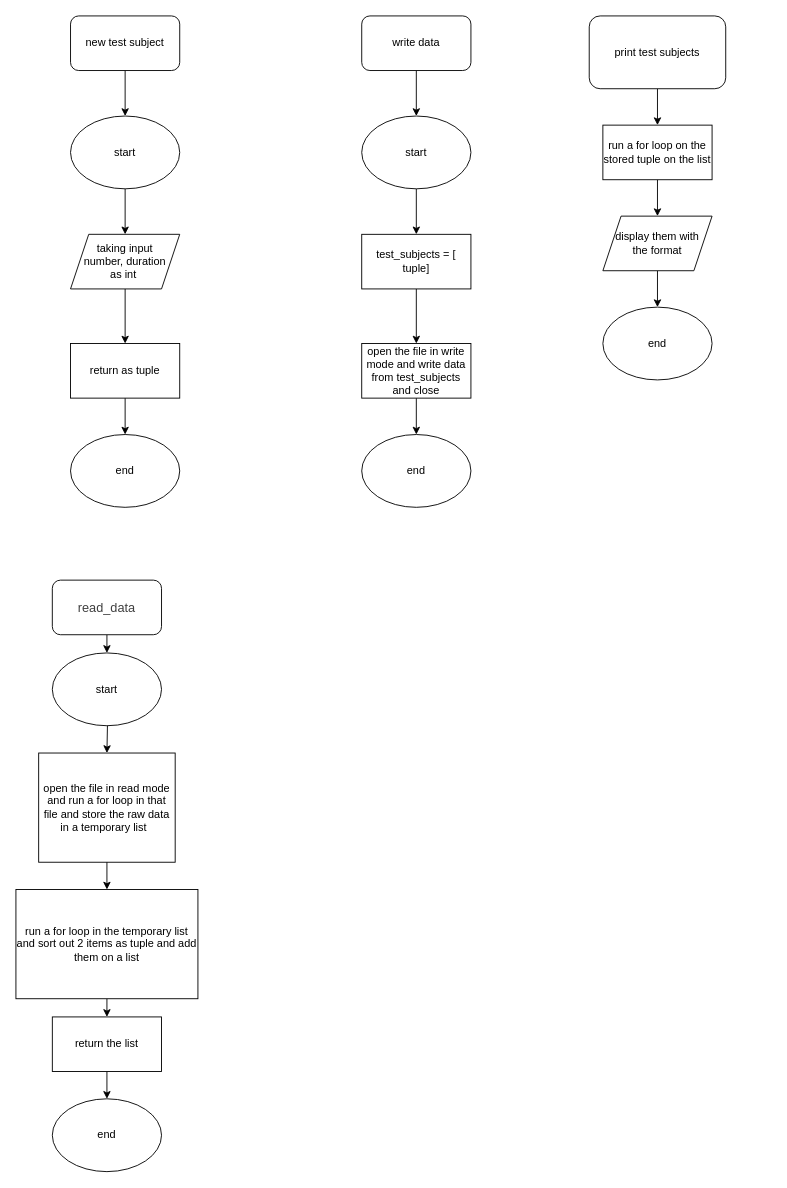
The draw.io diagram page "Page-2" (2 of 2) of part 2/main.dio in 0xSparky/ENTRY_TICKET, before the edit. Source tidied: cells renumbered, new cells numbered last; positions are measured from the earlier drawing's top-left corner, leaving out a move shared by most shapes. Both pictures are drawn from the tidied source at 91%, with x=0, y=0 at pixel (15, 15).
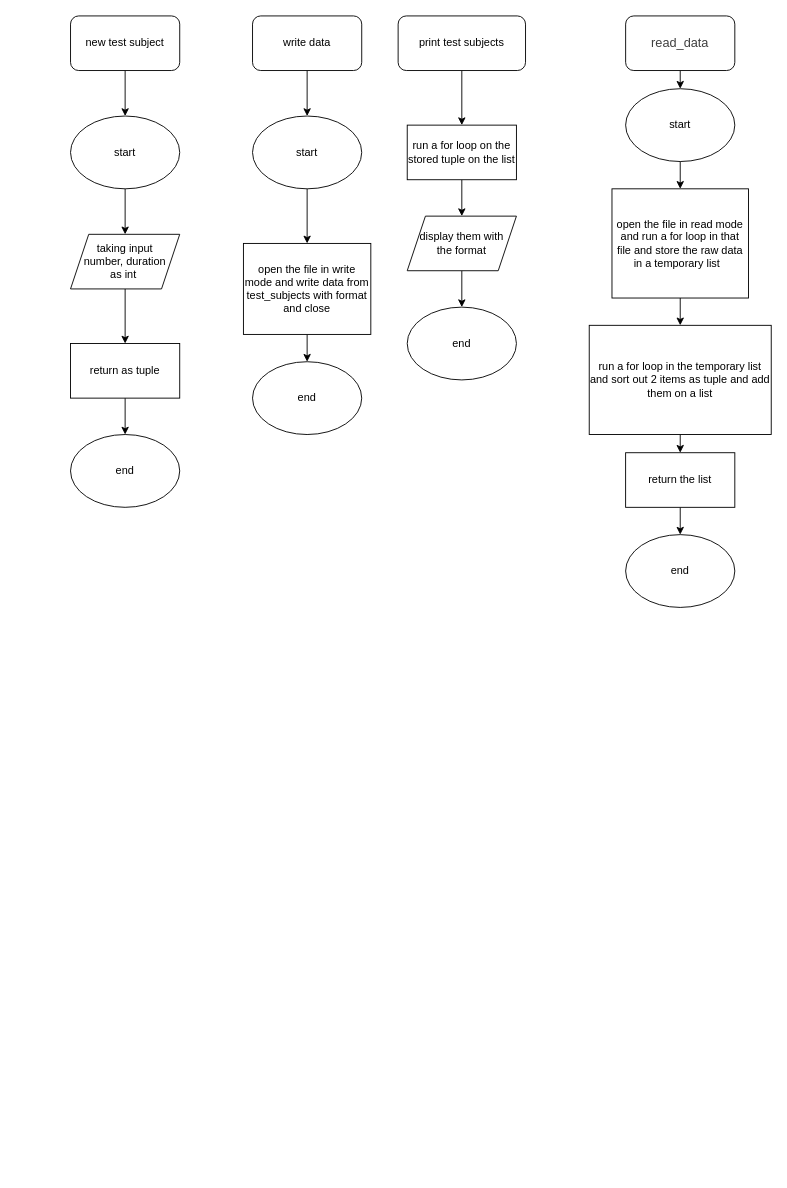
After the change.

Change to the diagram source:
```diff
@@
-    <mxCell id="10" style="edgeStyle=none;html=1;" parent="1" edge="1" source="11" target="13">
+    <mxCell id="10" style="edgeStyle=none;html=1;entryX=0.5;entryY=0;entryDx=0;entryDy=0;" parent="1" edge="1" source="11" target="15">
       <mxGeometry relative="1" as="geometry" />
     </mxCell>
     <mxCell id="11" value="start" style="ellipse;whiteSpace=wrap;html=1;" parent="1" vertex="1">
-      <mxGeometry x="380" y="110" width="120" height="80" as="geometry" />
+      <mxGeometry x="260" y="110" width="120" height="80" as="geometry" />
     </mxCell>
-    <mxCell id="12" style="edgeStyle=none;html=1;" parent="1" edge="1" source="13" target="15">
-      <mxGeometry relative="1" as="geometry" />
-    </mxCell>
-    <mxCell id="13" value="test_subjects = [ tuple]" style="rounded=0;whiteSpace=wrap;html=1;" parent="1" vertex="1">
-      <mxGeometry x="380" y="240" width="120" height="60" as="geometry" />
-    </mxCell>
@@
-    <mxCell id="15" value="open the file in write mode and write data from test_subjects and close" style="rounded=0;whiteSpace=wrap;html=1;" parent="1" vertex="1">
-      <mxGeometry x="380" y="360" width="120" height="60" as="geometry" />
+    <mxCell id="15" value="open the file in write mode and write data from test_subjects with format&lt;div&gt;and close&lt;/div&gt;" style="rounded=0;whiteSpace=wrap;html=1;" parent="1" vertex="1">
+      <mxGeometry x="250" y="250" width="140" height="100" as="geometry" />
     </mxCell>
@@
     <mxCell id="17" value="end" style="ellipse;whiteSpace=wrap;html=1;" parent="1" vertex="1">
-      <mxGeometry x="380" y="460" width="120" height="80" as="geometry" />
+      <mxGeometry x="260" y="380" width="120" height="80" as="geometry" />
     </mxCell>
@@
     <mxCell id="20" value="start" style="ellipse;whiteSpace=wrap;html=1;" parent="1" vertex="1">
-      <mxGeometry x="40" y="700" width="120" height="80" as="geometry" />
+      <mxGeometry x="670" y="80" width="120" height="80" as="geometry" />
     </mxCell>
     <mxCell id="21" value="open the file in read mode and run a for loop in that file and store the raw data in a temporary list&amp;nbsp;&amp;nbsp;" style="rounded=0;whiteSpace=wrap;html=1;" parent="1" vertex="1">
-      <mxGeometry x="25" y="810" width="150" height="120" as="geometry" />
+      <mxGeometry x="655" y="190" width="150" height="120" as="geometry" />
     </mxCell>
@@
     <mxCell id="23" value="&lt;span style=&quot;color: rgb(0, 0, 0);&quot;&gt;write data&lt;/span&gt;" style="rounded=1;whiteSpace=wrap;html=1;" parent="1" vertex="1">
-      <mxGeometry x="380" width="120" height="60" as="geometry" />
+      <mxGeometry x="260" width="120" height="60" as="geometry" />
     </mxCell>
     <mxCell id="24" value="&lt;span style=&quot;color: rgb(63, 63, 63); scrollbar-color: rgb(226, 226, 226) rgb(251, 251, 251);&quot; class=&quot;css-jqjy6f-view--flex-flex&quot; wrap=&quot;no-wrap&quot; direction=&quot;row&quot; dir=&quot;ltr&quot;&gt;&lt;span style=&quot;color: rgb(63, 63, 63); scrollbar-color: rgb(226, 226, 226) rgb(251, 251, 251);&quot; class=&quot;css-127lj96-view&quot; dir=&quot;ltr&quot;&gt;&lt;span style=&quot;color: rgb(63, 63, 63); scrollbar-color: rgb(226, 226, 226) rgb(251, 251, 251); font-family: inherit;&quot;&gt;&lt;font style=&quot;font-size: 14px;&quot;&gt;read_data&lt;/font&gt;&lt;/span&gt;&lt;/span&gt;&lt;/span&gt;" style="rounded=1;whiteSpace=wrap;html=1;" parent="1" vertex="1">
-      <mxGeometry x="40" y="620" width="120" height="60" as="geometry" />
+      <mxGeometry x="670" width="120" height="60" as="geometry" />
     </mxCell>
@@
     <mxCell id="26" value="run a for loop in the temporary list and sort out 2 items as tuple and add them on a list" style="rounded=0;whiteSpace=wrap;html=1;" parent="1" vertex="1">
-      <mxGeometry y="960" width="200" height="120" as="geometry" />
+      <mxGeometry x="630" y="340" width="200" height="120" as="geometry" />
     </mxCell>
@@
     <mxCell id="28" value="return the list" style="rounded=0;whiteSpace=wrap;html=1;" parent="1" vertex="1">
-      <mxGeometry x="40" y="1100" width="120" height="60" as="geometry" />
+      <mxGeometry x="670" y="480" width="120" height="60" as="geometry" />
     </mxCell>
@@
     <mxCell id="31" value="print test subjects" style="rounded=1;whiteSpace=wrap;html=1;fillColor=#FFFFFF;" parent="1" vertex="1">
-      <mxGeometry x="630" width="150" height="80" as="geometry" />
+      <mxGeometry x="420" width="140" height="60" as="geometry" />
     </mxCell>
@@
     <mxCell id="33" value="run a for loop on the&lt;div&gt;stored tuple on the list&lt;/div&gt;" style="rounded=0;whiteSpace=wrap;html=1;" parent="1" vertex="1">
-      <mxGeometry x="645" y="120" width="120" height="60" as="geometry" />
+      <mxGeometry x="430" y="120" width="120" height="60" as="geometry" />
     </mxCell>
@@
     <mxCell id="35" value="display them with&lt;div&gt;the format&lt;/div&gt;" style="shape=parallelogram;perimeter=parallelogramPerimeter;whiteSpace=wrap;html=1;fixedSize=1;" parent="1" vertex="1">
-      <mxGeometry x="645" y="220" width="120" height="60" as="geometry" />
+      <mxGeometry x="430" y="220" width="120" height="60" as="geometry" />
     </mxCell>
     <mxCell id="36" value="end" style="ellipse;whiteSpace=wrap;html=1;" parent="1" vertex="1">
-      <mxGeometry x="40" y="1190" width="120" height="80" as="geometry" />
+      <mxGeometry x="670" y="570" width="120" height="80" as="geometry" />
     </mxCell>
     <mxCell id="37" value="end" style="ellipse;whiteSpace=wrap;html=1;" parent="1" vertex="1">
-      <mxGeometry x="645" y="320" width="120" height="80" as="geometry" />
+      <mxGeometry x="430" y="320" width="120" height="80" as="geometry" />
     </mxCell>
```
